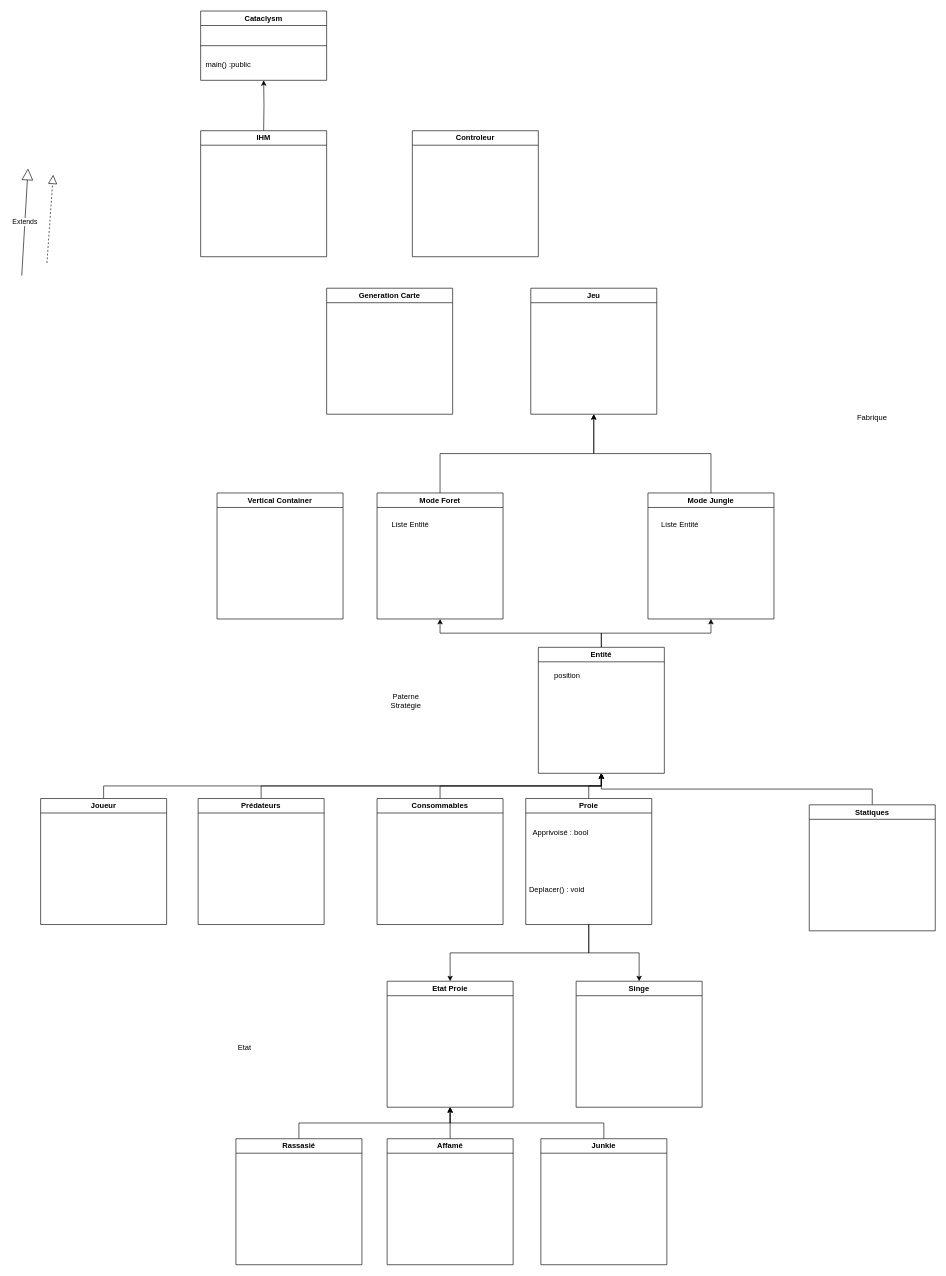
The draw.io diagram Diagramme_projet_COO.drawio in ludoliv/COO_project_2022-2023, before the edit. Source tidied: cells renumbered, new cells numbered last; positions are measured from the earlier drawing's top-left corner, leaving out a move shared by most shapes. Both pictures are drawn from the tidied source at 63%, with x=0, y=0 at pixel (21, 11).
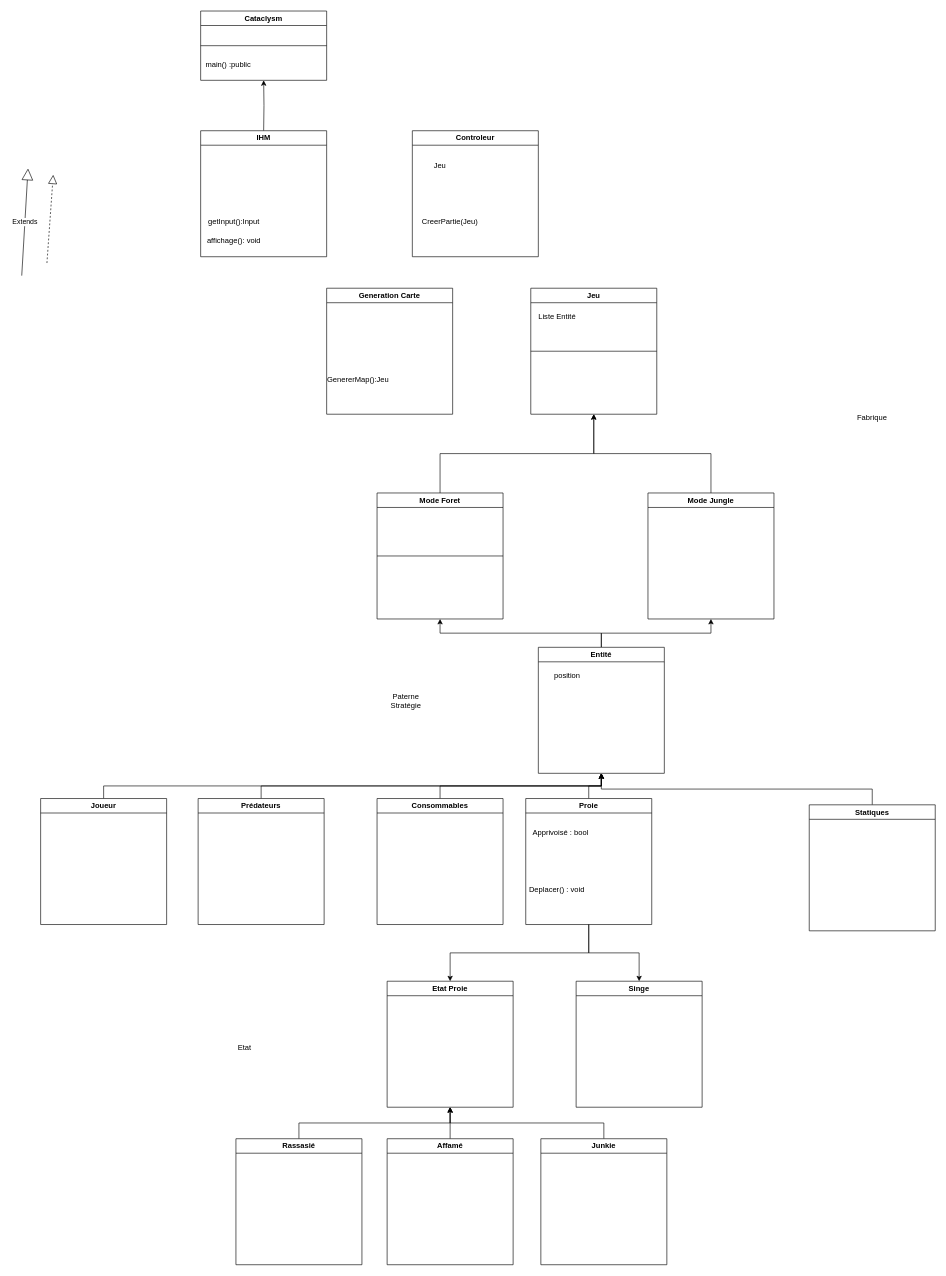
Above is the later version.

The change refers to these unchanged cells:
```xml
<mxCell id="5" value="Jeu" style="swimlane;whiteSpace=wrap;html=1;" parent="1" vertex="1">
  <mxGeometry x="808" y="440" width="200" height="200" as="geometry" />
</mxCell>
<mxCell id="7" value="Mode Foret" style="swimlane;whiteSpace=wrap;html=1;" parent="1" vertex="1">
  <mxGeometry x="564" y="765" width="200" height="200" as="geometry" />
</mxCell>
<mxCell id="10" value="Mode Jungle" style="swimlane;whiteSpace=wrap;html=1;" parent="1" vertex="1">
  <mxGeometry x="994" y="765" width="200" height="200" as="geometry" />
</mxCell>
<mxCell id="13" value="Generation Carte" style="swimlane;whiteSpace=wrap;html=1;" parent="1" vertex="1">
  <mxGeometry x="484" y="440" width="200" height="200" as="geometry" />
</mxCell>
<mxCell id="16" value="IHM" style="swimlane;whiteSpace=wrap;html=1;" parent="1" vertex="1">
  <mxGeometry x="284" y="190" width="200" height="200" as="geometry" />
</mxCell>
<mxCell id="17" value="Controleur" style="swimlane;whiteSpace=wrap;html=1;" parent="1" vertex="1">
  <mxGeometry x="620" y="190" width="200" height="200" as="geometry" />
</mxCell>
```

What changed in the source:
```diff
@@
+    <mxCell id="8" value="Liste Entité" style="text;html=1;strokeColor=none;fillColor=none;align=center;verticalAlign=middle;whiteSpace=wrap;rounded=0;" parent="5" vertex="1">
+      <mxGeometry x="5" y="30" width="74" height="30" as="geometry" />
+    </mxCell>
@@
-    <mxCell id="8" value="Liste Entité" style="text;html=1;strokeColor=none;fillColor=none;align=center;verticalAlign=middle;whiteSpace=wrap;rounded=0;" parent="7" vertex="1">
-      <mxGeometry x="16" y="35" width="74" height="30" as="geometry" />
-    </mxCell>
@@
-    <mxCell id="11" value="Liste Entité" style="text;html=1;strokeColor=none;fillColor=none;align=center;verticalAlign=middle;whiteSpace=wrap;rounded=0;" parent="10" vertex="1">
-      <mxGeometry x="14" y="35" width="74" height="30" as="geometry" />
-    </mxCell>
@@
+    <mxCell id="48" value="GenererMap():Jeu" style="text;html=1;strokeColor=none;fillColor=none;align=center;verticalAlign=middle;whiteSpace=wrap;rounded=0;" parent="13" vertex="1">
+      <mxGeometry x="20" y="130" width="60" height="30" as="geometry" />
+    </mxCell>
@@
+    <mxCell id="49" value="getInput():Input" style="text;html=1;strokeColor=none;fillColor=none;align=center;verticalAlign=middle;whiteSpace=wrap;rounded=0;" parent="16" vertex="1">
+      <mxGeometry x="6" y="130" width="94" height="30" as="geometry" />
+    </mxCell>
+    <mxCell id="50" value="affichage(): void" style="text;html=1;strokeColor=none;fillColor=none;align=center;verticalAlign=middle;whiteSpace=wrap;rounded=0;" parent="16" vertex="1">
+      <mxGeometry x="6" y="160" width="94" height="30" as="geometry" />
+    </mxCell>
@@
+    <mxCell id="51" value="CreerPartie(Jeu)" style="text;html=1;strokeColor=none;fillColor=none;align=center;verticalAlign=middle;whiteSpace=wrap;rounded=0;" parent="17" vertex="1">
+      <mxGeometry y="130" width="120" height="30" as="geometry" />
+    </mxCell>
+    <mxCell id="52" value="Jeu" style="text;html=1;strokeColor=none;fillColor=none;align=center;verticalAlign=middle;whiteSpace=wrap;rounded=0;" parent="17" vertex="1">
+      <mxGeometry x="14" y="40" width="60" height="30" as="geometry" />
+    </mxCell>
@@
-    <mxCell id="47" value="Vertical Container" style="swimlane;whiteSpace=wrap;html=1;" parent="1" vertex="1">
-      <mxGeometry x="310" y="765" width="200" height="200" as="geometry" />
-    </mxCell>
+    <mxCell id="53" style="endArrow=none;html=1;rounded=0;exitX=0;exitY=0.5;exitDx=0;exitDy=0;entryX=1;entryY=0.5;entryDx=0;entryDy=0;" parent="1" edge="1" source="7" target="7">
+      <mxGeometry relative="1" as="geometry" />
+    </mxCell>
+    <mxCell id="54" style="endArrow=none;html=1;rounded=0;entryX=0;entryY=0.5;entryDx=0;entryDy=0;exitX=1;exitY=0.5;exitDx=0;exitDy=0;" parent="1" edge="1" source="5" target="5">
+      <mxGeometry relative="1" as="geometry" />
+    </mxCell>
```
